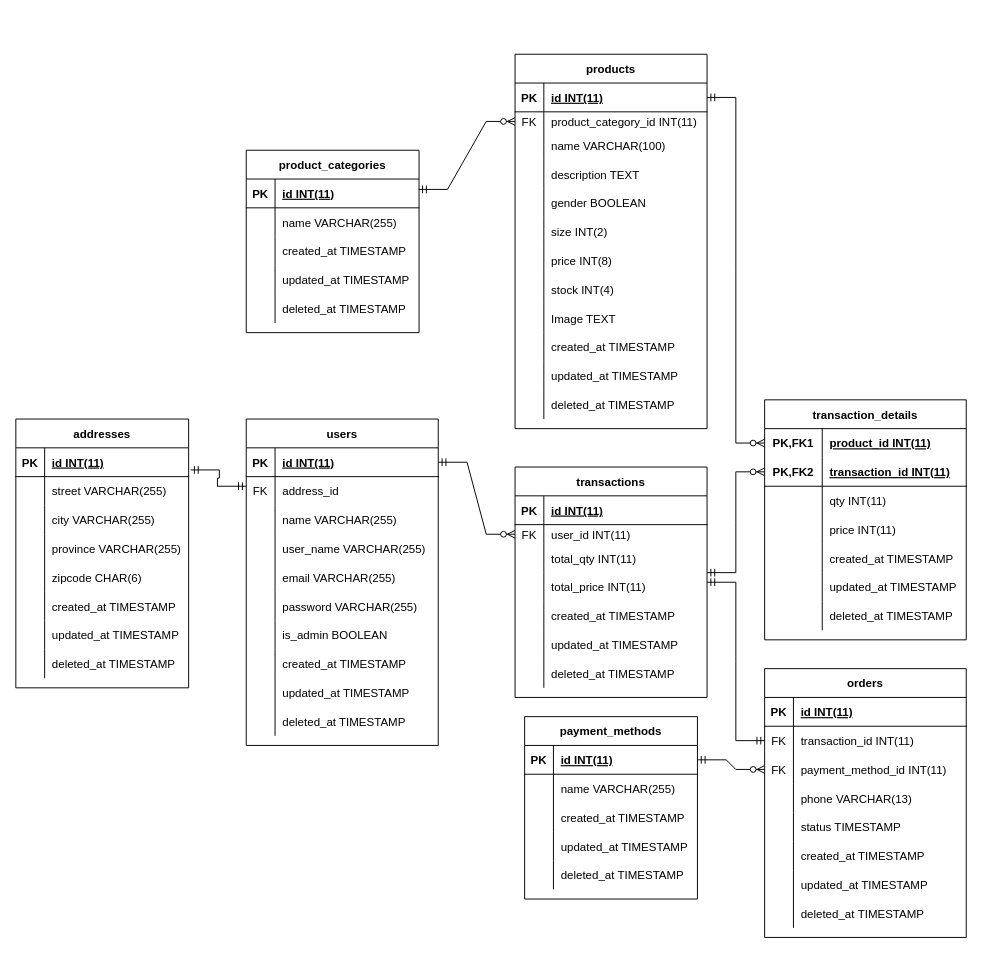
Above: ERD/ERD Olshop.drawio in e-commerce-group-1/BE (draw.io), before the change. Source tidied: cells renumbered, new cells numbered last; positions are measured from the earlier drawing's top-left corner, leaving out a move shared by most shapes. Both pictures are drawn from the tidied source at 96%, with x=0, y=0 at pixel (15, 54).
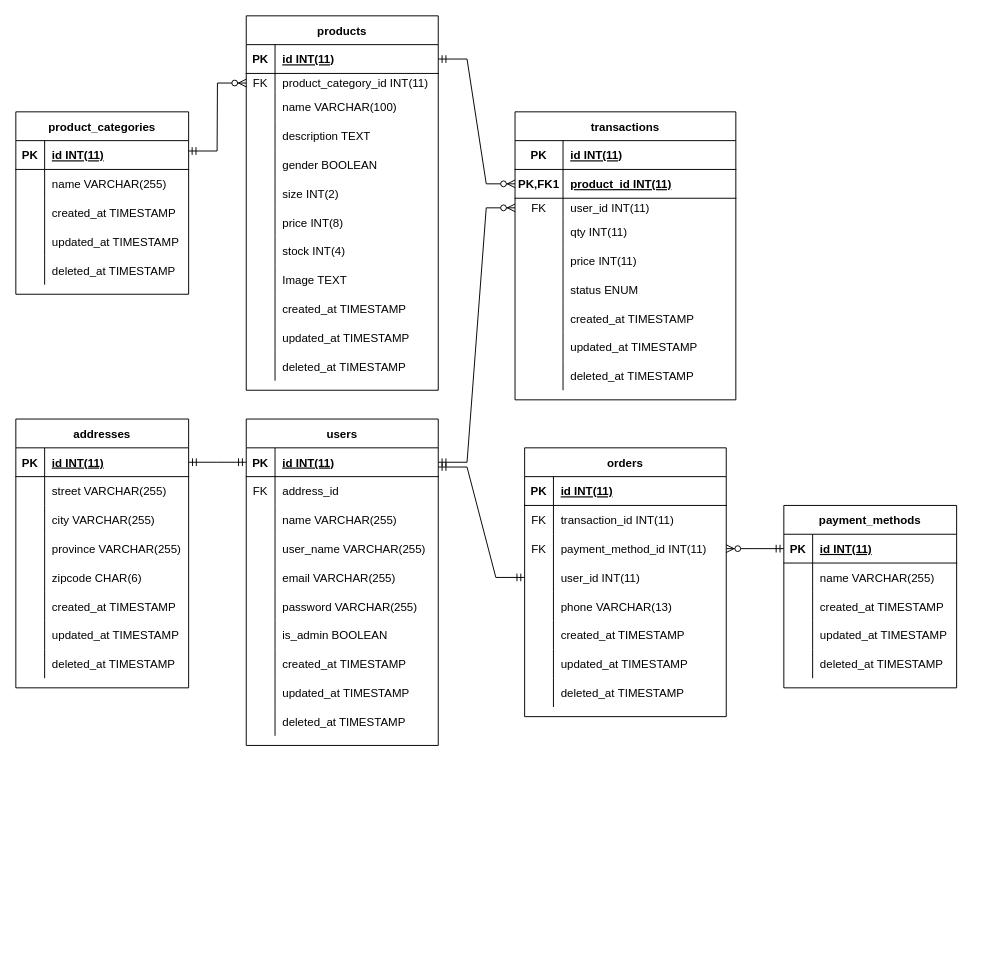
After the change.

Commit message:
remove transaction details

Unchanged cells that the change refers to:
```xml
<mxCell id="3" style="shape=tableRow;horizontal=0;startSize=0;swimlaneHead=0;swimlaneBody=0;fillColor=none;points=[[0,0.5],[1,0.5]];portConstraint=eastwest;top=0;left=0;right=0;bottom=1;" parent="2" vertex="1">
  <mxGeometry y="30" width="200" height="30" as="geometry" />
</mxCell>
<mxCell id="34" style="shape=tableRow;horizontal=0;startSize=0;swimlaneHead=0;swimlaneBody=0;fillColor=none;points=[[0,0.5],[1,0.5]];portConstraint=eastwest;top=0;left=0;right=0;bottom=1;" parent="33" vertex="1">
  <mxGeometry y="30" width="200" height="30" as="geometry" />
</mxCell>
<mxCell id="87" style="shape=tableRow;horizontal=0;startSize=0;swimlaneHead=0;swimlaneBody=0;fillColor=none;points=[[0,0.5],[1,0.5]];portConstraint=eastwest;top=0;left=0;right=0;bottom=1;" parent="86" vertex="1">
  <mxGeometry y="30" width="180" height="30" as="geometry" />
</mxCell>
<mxCell id="152" style="shape=tableRow;horizontal=0;startSize=0;swimlaneHead=0;swimlaneBody=0;fillColor=none;points=[[0,0.5],[1,0.5]];portConstraint=eastwest;top=0;left=0;right=0;bottom=1;" parent="151" vertex="1">
  <mxGeometry y="30" width="180" height="30" as="geometry" />
</mxCell>
<mxCell id="181" style="shape=tableRow;horizontal=0;startSize=0;swimlaneHead=0;swimlaneBody=0;fillColor=none;points=[[0,0.5],[1,0.5]];portConstraint=eastwest;top=0;left=0;right=0;bottom=0;" parent="177" vertex="1">
  <mxGeometry y="60" width="210" height="30" as="geometry" />
</mxCell>
<mxCell id="184" style="shape=tableRow;horizontal=0;startSize=0;swimlaneHead=0;swimlaneBody=0;fillColor=none;points=[[0,0.5],[1,0.5]];portConstraint=eastwest;top=0;left=0;right=0;bottom=0;" parent="177" vertex="1">
  <mxGeometry y="90" width="210" height="30" as="geometry" />
</mxCell>
```

The edit, as a diff of the source:
```diff
@@
     <mxCell id="33" value="products" style="shape=table;startSize=30;childLayout=tableLayout;rowLines=0;fontStyle=1;align=center;" parent="1" vertex="1">
-      <mxGeometry x="520" width="200" height="390" as="geometry" />
+      <mxGeometry x="240" y="-40" width="200" height="390" as="geometry" />
     </mxCell>
@@
     <mxCell id="70" value="product_categories" style="shape=table;startSize=30;childLayout=tableLayout;rowLines=0;fontStyle=1;align=center;" parent="1" vertex="1">
-      <mxGeometry x="240" y="100" width="180" height="190" as="geometry" />
+      <mxGeometry y="60" width="180" height="190" as="geometry" />
     </mxCell>
@@
     <mxCell id="86" value="payment_methods" style="shape=table;startSize=30;childLayout=tableLayout;rowLines=0;fontStyle=1;align=center;" parent="1" vertex="1">
-      <mxGeometry x="530" y="690" width="180" height="190" as="geometry" />
+      <mxGeometry x="800" y="470" width="180" height="190" as="geometry" />
     </mxCell>
@@
     <mxCell id="102" value="transactions" style="shape=table;startSize=30;childLayout=tableLayout;rowLines=0;fontStyle=1;align=center;" parent="1" vertex="1">
-      <mxGeometry x="520" y="430" width="200" height="240" as="geometry" />
+      <mxGeometry x="520" y="60" width="230" height="300" as="geometry" />
     </mxCell>
     <mxCell id="103" style="shape=tableRow;horizontal=0;startSize=0;swimlaneHead=0;swimlaneBody=0;fillColor=none;top=0;left=0;right=0;bottom=1;" parent="102" vertex="1">
-      <mxGeometry y="30" width="200" height="30" as="geometry" />
+      <mxGeometry y="30" width="230" height="30" as="geometry" />
     </mxCell>
     <mxCell id="104" value="PK" style="shape=partialRectangle;fillColor=none;top=0;left=0;bottom=0;right=0;fontStyle=1;overflow=hidden;" parent="103" vertex="1">
-      <mxGeometry width="30" height="30" as="geometry" />
+      <mxGeometry width="50" height="30" as="geometry" />
     </mxCell>
     <mxCell id="105" value="id INT(11)" style="shape=partialRectangle;fillColor=none;top=0;left=0;bottom=0;right=0;align=left;spacingLeft=6;fontStyle=5;overflow=hidden;" parent="103" vertex="1">
-      <mxGeometry x="30" width="170" height="30" as="geometry" />
+      <mxGeometry x="50" width="180" height="30" as="geometry" />
     </mxCell>
+    <mxCell id="203" style="shape=tableRow;horizontal=0;startSize=0;swimlaneHead=0;swimlaneBody=0;fillColor=none;points=[[0,0.5],[1,0.5]];portConstraint=eastwest;top=0;left=0;right=0;bottom=1;" parent="102" vertex="1">
+      <mxGeometry y="60" width="230" height="30" as="geometry" />
+    </mxCell>
+    <mxCell id="126" value="PK,FK1" style="shape=partialRectangle;fillColor=none;top=0;left=0;bottom=0;right=0;fontStyle=1;overflow=hidden;" parent="203" vertex="1">
+      <mxGeometry width="50" height="30" as="geometry" />
+    </mxCell>
+    <mxCell id="127" value="product_id INT(11)" style="shape=partialRectangle;fillColor=none;top=0;left=0;bottom=0;right=0;align=left;spacingLeft=6;fontStyle=5;overflow=hidden;" parent="203" vertex="1">
+      <mxGeometry x="50" width="180" height="30" as="geometry" />
+    </mxCell>
     <mxCell id="106" style="shape=tableRow;horizontal=0;startSize=0;swimlaneHead=0;swimlaneBody=0;fillColor=none;points=[[0,0.5],[1,0.5]];portConstraint=eastwest;top=0;left=0;right=0;bottom=0;" parent="102" vertex="1">
-      <mxGeometry y="60" width="200" height="20" as="geometry" />
+      <mxGeometry y="90" width="230" height="20" as="geometry" />
     </mxCell>
     <mxCell id="107" value="FK" style="shape=partialRectangle;fillColor=none;top=0;left=0;bottom=0;right=0;fontStyle=0;overflow=hidden;" parent="106" vertex="1">
-      <mxGeometry width="30" height="20" as="geometry" />
+      <mxGeometry width="50" height="20" as="geometry" />
     </mxCell>
     <mxCell id="108" value="user_id INT(11)" style="shape=partialRectangle;fillColor=none;top=0;left=0;bottom=0;right=0;align=left;spacingLeft=6;fontStyle=0;overflow=hidden;" parent="106" vertex="1">
-      <mxGeometry x="30" width="170" height="20" as="geometry" />
+      <mxGeometry x="50" width="180" height="20" as="geometry" />
     </mxCell>
     <mxCell id="109" style="shape=tableRow;horizontal=0;startSize=0;swimlaneHead=0;swimlaneBody=0;fillColor=none;top=0;left=0;right=0;bottom=0;" parent="102" vertex="1">
-      <mxGeometry y="80" width="200" height="30" as="geometry" />
+      <mxGeometry y="110" width="230" height="30" as="geometry" />
     </mxCell>
     <mxCell id="110" style="shape=partialRectangle;fillColor=none;top=0;left=0;bottom=0;right=0;overflow=hidden;" parent="109" vertex="1">
-      <mxGeometry width="30" height="30" as="geometry" />
+      <mxGeometry width="50" height="30" as="geometry" />
     </mxCell>
-    <mxCell id="111" value="total_qty INT(11)" style="shape=partialRectangle;fillColor=none;top=0;left=0;bottom=0;right=0;align=left;spacingLeft=6;overflow=hidden;" parent="109" vertex="1">
-      <mxGeometry x="30" width="170" height="30" as="geometry" />
+    <mxCell id="111" value="qty INT(11)" style="shape=partialRectangle;fillColor=none;top=0;left=0;bottom=0;right=0;align=left;spacingLeft=6;overflow=hidden;" parent="109" vertex="1">
+      <mxGeometry x="50" width="180" height="30" as="geometry" />
     </mxCell>
     <mxCell id="112" style="shape=tableRow;horizontal=0;startSize=0;swimlaneHead=0;swimlaneBody=0;fillColor=none;top=0;left=0;right=0;bottom=0;" parent="102" vertex="1">
-      <mxGeometry y="110" width="200" height="30" as="geometry" />
+      <mxGeometry y="140" width="230" height="30" as="geometry" />
     </mxCell>
     <mxCell id="113" style="shape=partialRectangle;fillColor=none;top=0;left=0;bottom=0;right=0;overflow=hidden;" parent="112" vertex="1">
-      <mxGeometry width="30" height="30" as="geometry" />
+      <mxGeometry width="50" height="30" as="geometry" />
     </mxCell>
-    <mxCell id="114" value="total_price INT(11)" style="shape=partialRectangle;fillColor=none;top=0;left=0;bottom=0;right=0;align=left;spacingLeft=6;overflow=hidden;" parent="112" vertex="1">
-      <mxGeometry x="30" width="170" height="30" as="geometry" />
+    <mxCell id="114" value="price INT(11)" style="shape=partialRectangle;fillColor=none;top=0;left=0;bottom=0;right=0;align=left;spacingLeft=6;overflow=hidden;" parent="112" vertex="1">
+      <mxGeometry x="50" width="180" height="30" as="geometry" />
     </mxCell>
+    <mxCell id="204" style="shape=tableRow;horizontal=0;startSize=0;swimlaneHead=0;swimlaneBody=0;fillColor=none;top=0;left=0;right=0;bottom=0;" parent="102" vertex="1">
+      <mxGeometry y="170" width="230" height="30" as="geometry" />
+    </mxCell>
+    <mxCell id="205" style="shape=partialRectangle;fillColor=none;top=0;left=0;bottom=0;right=0;overflow=hidden;" parent="204" vertex="1">
+      <mxGeometry width="50" height="30" as="geometry" />
+    </mxCell>
+    <mxCell id="206" value="status ENUM" style="shape=partialRectangle;fillColor=none;top=0;left=0;bottom=0;right=0;align=left;spacingLeft=6;overflow=hidden;" parent="204" vertex="1">
+      <mxGeometry x="50" width="180" height="30" as="geometry" />
+    </mxCell>
     <mxCell id="115" style="shape=tableRow;horizontal=0;startSize=0;swimlaneHead=0;swimlaneBody=0;fillColor=none;top=0;left=0;right=0;bottom=0;" parent="102" vertex="1">
-      <mxGeometry y="140" width="200" height="30" as="geometry" />
+      <mxGeometry y="200" width="230" height="30" as="geometry" />
     </mxCell>
     <mxCell id="116" style="shape=partialRectangle;fillColor=none;top=0;left=0;bottom=0;right=0;overflow=hidden;" parent="115" vertex="1">
-      <mxGeometry width="30" height="30" as="geometry" />
+      <mxGeometry width="50" height="30" as="geometry" />
     </mxCell>
     <mxCell id="117" value="created_at TIMESTAMP" style="shape=partialRectangle;fillColor=none;top=0;left=0;bottom=0;right=0;align=left;spacingLeft=6;overflow=hidden;" parent="115" vertex="1">
-      <mxGeometry x="30" width="170" height="30" as="geometry" />
+      <mxGeometry x="50" width="180" height="30" as="geometry" />
     </mxCell>
     <mxCell id="118" style="shape=tableRow;horizontal=0;startSize=0;swimlaneHead=0;swimlaneBody=0;fillColor=none;top=0;left=0;right=0;bottom=0;" parent="102" vertex="1">
-      <mxGeometry y="170" width="200" height="30" as="geometry" />
+      <mxGeometry y="230" width="230" height="30" as="geometry" />
     </mxCell>
     <mxCell id="119" style="shape=partialRectangle;fillColor=none;top=0;left=0;bottom=0;right=0;overflow=hidden;" parent="118" vertex="1">
-      <mxGeometry width="30" height="30" as="geometry" />
+      <mxGeometry width="50" height="30" as="geometry" />
     </mxCell>
     <mxCell id="120" value="updated_at TIMESTAMP" style="shape=partialRectangle;fillColor=none;top=0;left=0;bottom=0;right=0;align=left;spacingLeft=6;overflow=hidden;" parent="118" vertex="1">
-      <mxGeometry x="30" width="170" height="30" as="geometry" />
+      <mxGeometry x="50" width="180" height="30" as="geometry" />
     </mxCell>
     <mxCell id="121" style="shape=tableRow;horizontal=0;startSize=0;swimlaneHead=0;swimlaneBody=0;fillColor=none;top=0;left=0;right=0;bottom=0;" parent="102" vertex="1">
-      <mxGeometry y="200" width="200" height="30" as="geometry" />
+      <mxGeometry y="260" width="230" height="30" as="geometry" />
     </mxCell>
     <mxCell id="122" style="shape=partialRectangle;fillColor=none;top=0;left=0;bottom=0;right=0;overflow=hidden;" parent="121" vertex="1">
-      <mxGeometry width="30" height="30" as="geometry" />
+      <mxGeometry width="50" height="30" as="geometry" />
     </mxCell>
     <mxCell id="123" value="deleted_at TIMESTAMP" style="shape=partialRectangle;fillColor=none;top=0;left=0;bottom=0;right=0;align=left;spacingLeft=6;overflow=hidden;" parent="121" vertex="1">
-      <mxGeometry x="30" width="170" height="30" as="geometry" />
+      <mxGeometry x="50" width="180" height="30" as="geometry" />
     </mxCell>
-    <mxCell id="124" value="transaction_details" style="shape=table;startSize=30;childLayout=tableLayout;rowLines=0;fontStyle=1;align=center;" parent="1" vertex="1">
-      <mxGeometry x="780" y="360" width="210" height="250" as="geometry" />
-    </mxCell>
-    <mxCell id="125" style="shape=tableRow;horizontal=0;startSize=0;swimlaneHead=0;swimlaneBody=0;fillColor=none;points=[[0,0.5],[1,0.5]];portConstraint=eastwest;top=0;left=0;right=0;bottom=0;" parent="124" vertex="1">
-      <mxGeometry y="30" width="210" height="30" as="geometry" />
-    </mxCell>
-    <mxCell id="126" value="PK,FK1" style="shape=partialRectangle;fillColor=none;top=0;left=0;bottom=0;right=0;fontStyle=1;overflow=hidden;" parent="125" vertex="1">
-      <mxGeometry width="60" height="30" as="geometry" />
-    </mxCell>
-    <mxCell id="127" value="product_id INT(11)" style="shape=partialRectangle;fillColor=none;top=0;left=0;bottom=0;right=0;align=left;spacingLeft=6;fontStyle=5;overflow=hidden;" parent="125" vertex="1">
-      <mxGeometry x="60" width="150" height="30" as="geometry" />
-    </mxCell>
-    <mxCell id="128" style="shape=tableRow;horizontal=0;startSize=0;swimlaneHead=0;swimlaneBody=0;fillColor=none;points=[[0,0.5],[1,0.5]];portConstraint=eastwest;top=0;left=0;right=0;bottom=1;" parent="124" vertex="1">
-      <mxGeometry y="60" width="210" height="30" as="geometry" />
-    </mxCell>
-    <mxCell id="129" value="PK,FK2" style="shape=partialRectangle;fillColor=none;top=0;left=0;bottom=0;right=0;fontStyle=1;overflow=hidden;" parent="128" vertex="1">
-      <mxGeometry width="60" height="30" as="geometry" />
-    </mxCell>
-    <mxCell id="130" value="transaction_id INT(11)" style="shape=partialRectangle;fillColor=none;top=0;left=0;bottom=0;right=0;align=left;spacingLeft=6;fontStyle=5;overflow=hidden;" parent="128" vertex="1">
-      <mxGeometry x="60" width="150" height="30" as="geometry" />
-    </mxCell>
-    <mxCell id="131" style="shape=tableRow;horizontal=0;startSize=0;swimlaneHead=0;swimlaneBody=0;fillColor=none;top=0;left=0;right=0;bottom=0;" parent="124" vertex="1">
-      <mxGeometry y="90" width="210" height="30" as="geometry" />
-    </mxCell>
-    <mxCell id="132" style="shape=partialRectangle;fillColor=none;top=0;left=0;bottom=0;right=0;overflow=hidden;" parent="131" vertex="1">
-      <mxGeometry width="60" height="30" as="geometry" />
-    </mxCell>
-    <mxCell id="133" value="qty INT(11)" style="shape=partialRectangle;fillColor=none;top=0;left=0;bottom=0;right=0;align=left;spacingLeft=6;overflow=hidden;" parent="131" vertex="1">
-      <mxGeometry x="60" width="150" height="30" as="geometry" />
-    </mxCell>
-    <mxCell id="134" style="shape=tableRow;horizontal=0;startSize=0;swimlaneHead=0;swimlaneBody=0;fillColor=none;top=0;left=0;right=0;bottom=0;" parent="124" vertex="1">
-      <mxGeometry y="120" width="210" height="30" as="geometry" />
-    </mxCell>
-    <mxCell id="135" style="shape=partialRectangle;fillColor=none;top=0;left=0;bottom=0;right=0;overflow=hidden;" parent="134" vertex="1">
-      <mxGeometry width="60" height="30" as="geometry" />
-    </mxCell>
-    <mxCell id="136" value="price INT(11)" style="shape=partialRectangle;fillColor=none;top=0;left=0;bottom=0;right=0;align=left;spacingLeft=6;overflow=hidden;" parent="134" vertex="1">
-      <mxGeometry x="60" width="150" height="30" as="geometry" />
-    </mxCell>
-    <mxCell id="137" style="shape=tableRow;horizontal=0;startSize=0;swimlaneHead=0;swimlaneBody=0;fillColor=none;top=0;left=0;right=0;bottom=0;" parent="124" vertex="1">
-      <mxGeometry y="150" width="210" height="30" as="geometry" />
-    </mxCell>
-    <mxCell id="138" style="shape=partialRectangle;fillColor=none;top=0;left=0;bottom=0;right=0;overflow=hidden;" parent="137" vertex="1">
-      <mxGeometry width="60" height="30" as="geometry" />
-    </mxCell>
-    <mxCell id="139" value="created_at TIMESTAMP" style="shape=partialRectangle;fillColor=none;top=0;left=0;bottom=0;right=0;align=left;spacingLeft=6;overflow=hidden;" parent="137" vertex="1">
-      <mxGeometry x="60" width="150" height="30" as="geometry" />
-    </mxCell>
-    <mxCell id="140" style="shape=tableRow;horizontal=0;startSize=0;swimlaneHead=0;swimlaneBody=0;fillColor=none;top=0;left=0;right=0;bottom=0;" parent="124" vertex="1">
-      <mxGeometry y="180" width="210" height="30" as="geometry" />
-    </mxCell>
-    <mxCell id="141" value="    " style="shape=partialRectangle;fillColor=none;top=0;left=0;bottom=0;right=0;overflow=hidden;" parent="140" vertex="1">
-      <mxGeometry width="60" height="30" as="geometry" />
-    </mxCell>
-    <mxCell id="142" value="updated_at TIMESTAMP" style="shape=partialRectangle;fillColor=none;top=0;left=0;bottom=0;right=0;align=left;spacingLeft=6;overflow=hidden;" parent="140" vertex="1">
-      <mxGeometry x="60" width="150" height="30" as="geometry" />
-    </mxCell>
-    <mxCell id="143" style="shape=tableRow;horizontal=0;startSize=0;swimlaneHead=0;swimlaneBody=0;fillColor=none;top=0;left=0;right=0;bottom=0;" parent="124" vertex="1">
-      <mxGeometry y="210" width="210" height="30" as="geometry" />
-    </mxCell>
-    <mxCell id="144" value="    " style="shape=partialRectangle;fillColor=none;top=0;left=0;bottom=0;right=0;overflow=hidden;" parent="143" vertex="1">
-      <mxGeometry width="60" height="30" as="geometry" />
-    </mxCell>
-    <mxCell id="145" value="deleted_at TIMESTAMP" style="shape=partialRectangle;fillColor=none;top=0;left=0;bottom=0;right=0;align=left;spacingLeft=6;overflow=hidden;" parent="143" vertex="1">
-      <mxGeometry x="60" width="150" height="30" as="geometry" />
-    </mxCell>
-    <mxCell id="146" style="edgeStyle=entityRelationEdgeStyle;fontSize=12;html=1;endArrow=ERzeroToMany;startArrow=ERmandOne;rounded=0;entryX=0;entryY=0.5;entryDx=0;entryDy=0;exitX=1;exitY=0.5;exitDx=0;exitDy=0;" parent="1" edge="1" source="87" target="184">
+    <mxCell id="146" style="edgeStyle=entityRelationEdgeStyle;fontSize=12;html=1;endArrow=ERzeroToMany;startArrow=ERmandOne;rounded=0;exitX=0;exitY=0.5;exitDx=0;exitDy=0;entryX=1;entryY=0.5;entryDx=0;entryDy=0;" parent="1" edge="1" source="87" target="184">
       <mxGeometry relative="1" as="geometry" />
     </mxCell>
@@
-    <mxCell id="148" style="edgeStyle=entityRelationEdgeStyle;fontSize=12;html=1;endArrow=ERzeroToMany;startArrow=ERmandOne;rounded=0;entryX=0;entryY=0.5;entryDx=0;entryDy=0;exitX=1;exitY=0.5;exitDx=0;exitDy=0;" parent="1" edge="1" target="128">
-      <mxGeometry relative="1" as="geometry">
-        <mxPoint x="720" y="540" as="sourcePoint" />
-      </mxGeometry>
-    </mxCell>
-    <mxCell id="149" style="edgeStyle=entityRelationEdgeStyle;fontSize=12;html=1;endArrow=ERzeroToMany;startArrow=ERmandOne;rounded=0;entryX=0;entryY=0.5;entryDx=0;entryDy=0;exitX=1;exitY=0.5;exitDx=0;exitDy=0;" parent="1" edge="1" source="34" target="125">
-      <mxGeometry relative="1" as="geometry" />
-    </mxCell>
@@
-    <mxCell id="176" style="edgeStyle=entityRelationEdgeStyle;fontSize=12;html=1;endArrow=ERmandOne;startArrow=ERmandOne;rounded=0;exitX=1.011;exitY=0.767;exitDx=0;exitDy=0;exitPerimeter=0;" parent="1" edge="1" source="152">
+    <mxCell id="176" style="edgeStyle=entityRelationEdgeStyle;fontSize=12;html=1;endArrow=ERmandOne;startArrow=ERmandOne;rounded=0;entryX=0;entryY=0.5;entryDx=0;entryDy=0;" parent="1" edge="1" target="3">
       <mxGeometry relative="1" as="geometry">
-        <mxPoint x="240" y="450" as="targetPoint" />
+        <mxPoint x="180" y="425" as="sourcePoint" />
       </mxGeometry>
     </mxCell>
     <mxCell id="177" value="orders" style="shape=table;startSize=30;childLayout=tableLayout;rowLines=0;fontStyle=1;align=center;" parent="1" vertex="1">
-      <mxGeometry x="780" y="640" width="210" height="280" as="geometry" />
+      <mxGeometry x="530" y="410" width="210" height="280" as="geometry" />
     </mxCell>
@@
+    <mxCell id="190" style="shape=tableRow;horizontal=0;startSize=0;swimlaneHead=0;swimlaneBody=0;fillColor=none;points=[[0,0.5],[1,0.5]];portConstraint=eastwest;top=0;left=0;right=0;bottom=0;" parent="177" vertex="1">
+      <mxGeometry y="120" width="210" height="30" as="geometry" />
+    </mxCell>
+    <mxCell id="191" style="shape=partialRectangle;fillColor=none;top=0;left=0;bottom=0;right=0;overflow=hidden;" parent="190" vertex="1">
+      <mxGeometry width="30" height="30" as="geometry" />
+    </mxCell>
+    <mxCell id="192" value="user_id INT(11)" style="shape=partialRectangle;fillColor=none;top=0;left=0;bottom=0;right=0;align=left;spacingLeft=6;overflow=hidden;" parent="190" vertex="1">
+      <mxGeometry x="30" width="180" height="30" as="geometry" />
+    </mxCell>
     <mxCell id="187" style="shape=tableRow;horizontal=0;startSize=0;swimlaneHead=0;swimlaneBody=0;fillColor=none;top=0;left=0;right=0;bottom=0;" parent="177" vertex="1">
-      <mxGeometry y="120" width="210" height="30" as="geometry" />
+      <mxGeometry y="150" width="210" height="30" as="geometry" />
     </mxCell>
@@
-    <mxCell id="190" style="shape=tableRow;horizontal=0;startSize=0;swimlaneHead=0;swimlaneBody=0;fillColor=none;points=[[0,0.5],[1,0.5]];portConstraint=eastwest;top=0;left=0;right=0;bottom=0;" parent="177" vertex="1">
-      <mxGeometry y="150" width="210" height="30" as="geometry" />
-    </mxCell>
-    <mxCell id="191" style="shape=partialRectangle;fillColor=none;top=0;left=0;bottom=0;right=0;overflow=hidden;" parent="190" vertex="1">
-      <mxGeometry width="30" height="30" as="geometry" />
-    </mxCell>
-    <mxCell id="192" value="status TIMESTAMP" style="shape=partialRectangle;fillColor=none;top=0;left=0;bottom=0;right=0;align=left;spacingLeft=6;overflow=hidden;" parent="190" vertex="1">
-      <mxGeometry x="30" width="180" height="30" as="geometry" />
-    </mxCell>
@@
-    <mxCell id="202" style="edgeStyle=entityRelationEdgeStyle;fontSize=12;html=1;endArrow=ERmandOne;startArrow=ERmandOne;rounded=0;" parent="1" edge="1" target="181">
-      <mxGeometry relative="1" as="geometry">
-        <mxPoint x="720" y="550" as="sourcePoint" />
-      </mxGeometry>
-    </mxCell>
+    <mxCell id="207" style="edgeStyle=entityRelationEdgeStyle;fontSize=12;html=1;endArrow=ERzeroToMany;startArrow=ERmandOne;rounded=0;entryX=0;entryY=0.5;entryDx=0;entryDy=0;exitX=1;exitY=0.5;exitDx=0;exitDy=0;" parent="1" edge="1" source="34" target="203">
+      <mxGeometry relative="1" as="geometry" />
+    </mxCell>
+    <mxCell id="208" style="edgeStyle=entityRelationEdgeStyle;fontSize=12;html=1;endArrow=ERmandOne;startArrow=ERmandOne;rounded=0;entryX=0;entryY=0.5;entryDx=0;entryDy=0;" parent="1" edge="1" target="190">
+      <mxGeometry relative="1" as="geometry">
+        <mxPoint x="440" y="430" as="sourcePoint" />
+      </mxGeometry>
+    </mxCell>
```
